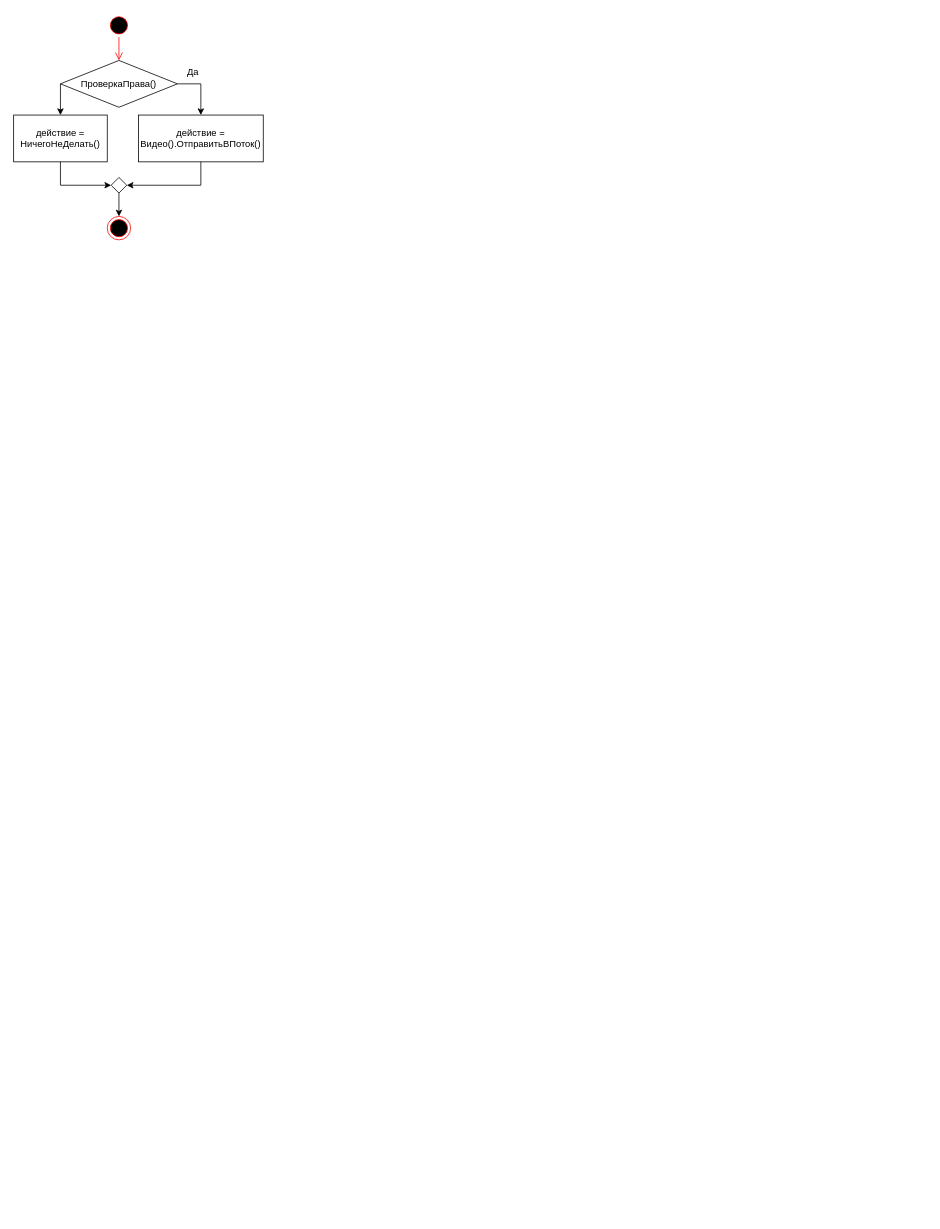
The draw.io diagram ТОАУ/ЛР2/7 4.drawio in eldarian-1/pstu, before the edit. Source tidied: cells renumbered, new cells numbered last; positions are measured from the earlier drawing's top-left corner, leaving out a move shared by most shapes. Both pictures are drawn from the tidied source at 78%, with x=0, y=0 at pixel (13, 13).
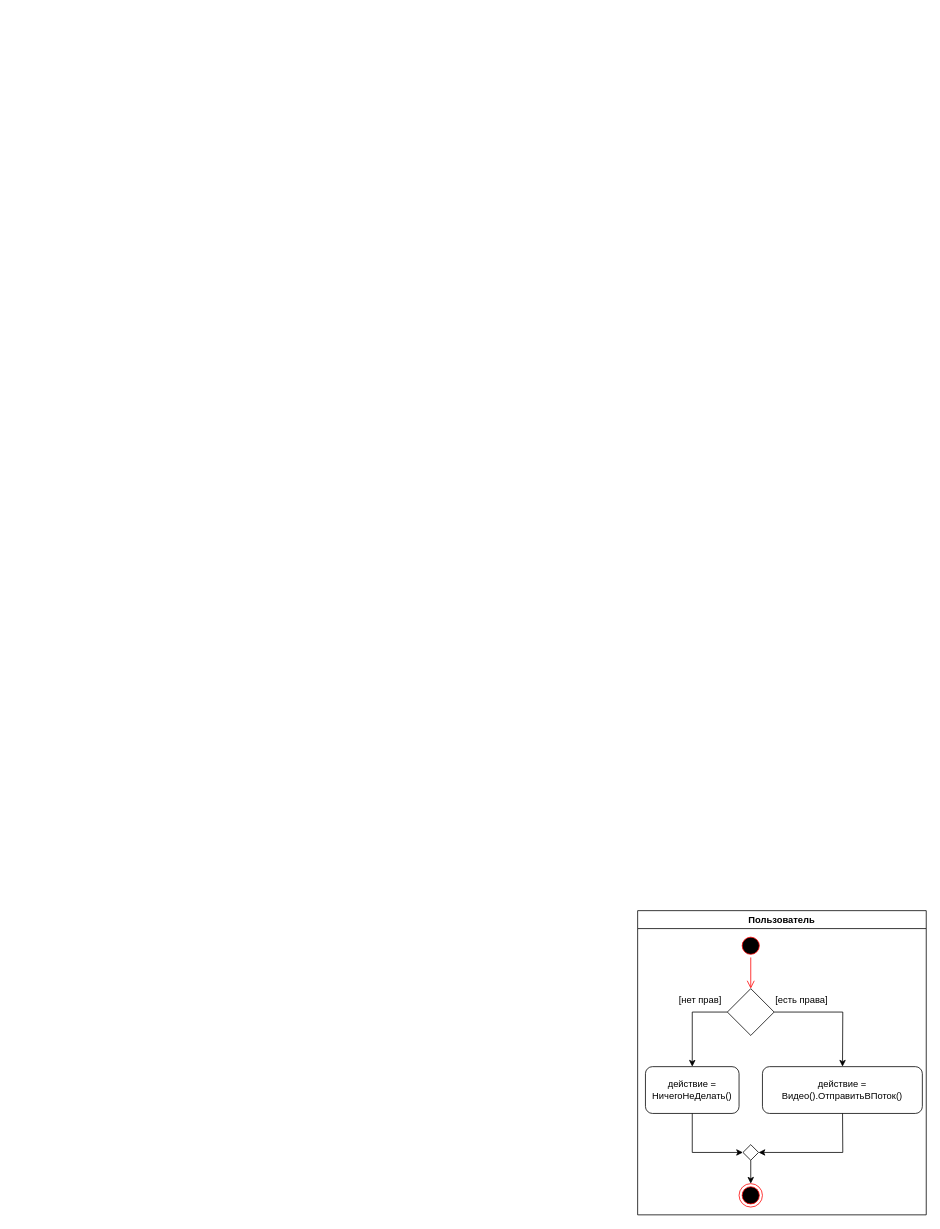
The same page after the edit.

What changed in the source:
```diff
@@
-    <mxCell id="2" style="ellipse;html=1;shape=startState;fillColor=#000000;strokeColor=#ff0000;" parent="1" vertex="1">
-      <mxGeometry x="120" width="30" height="30" as="geometry" />
-    </mxCell>
-    <mxCell id="3" style="edgeStyle=orthogonalEdgeStyle;html=1;verticalAlign=bottom;endArrow=open;endSize=8;strokeColor=#ff0000;rounded=0;" parent="1" edge="1" source="2" target="7">
-      <mxGeometry relative="1" as="geometry" />
-    </mxCell>
+    <mxCell id="15" value="Пользователь" style="swimlane;" parent="1" vertex="1">
+      <mxGeometry x="800" y="1150" width="370" height="390" as="geometry" />
+    </mxCell>
+    <mxCell id="16" style="ellipse;html=1;shape=startState;fillColor=#000000;strokeColor=#ff0000;" parent="15" vertex="1">
+      <mxGeometry x="130" y="30" width="30" height="30" as="geometry" />
+    </mxCell>
+    <mxCell id="17" style="edgeStyle=orthogonalEdgeStyle;html=1;verticalAlign=bottom;endArrow=open;endSize=8;strokeColor=#ff0000;rounded=0;" parent="15" edge="1" source="16" target="20">
+      <mxGeometry relative="1" as="geometry" />
+    </mxCell>
-    <mxCell id="4" value="действие = Видео().ОтправитьВПоток()" style="rounded=0;whiteSpace=wrap;html=1;" parent="1" vertex="1">
-      <mxGeometry x="160" y="130" width="160" height="60" as="geometry" />
+    <mxCell id="4" value="действие = Видео().ОтправитьВПоток()" style="rounded=1;whiteSpace=wrap;html=1;" parent="15" vertex="1">
+      <mxGeometry x="160" y="200" width="205" height="60" as="geometry" />
     </mxCell>
-    <mxCell id="5" style="ellipse;html=1;shape=endState;fillColor=#000000;strokeColor=#ff0000;" parent="1" vertex="1">
-      <mxGeometry x="120" y="260" width="30" height="30" as="geometry" />
-    </mxCell>
-    <mxCell id="6" style="endArrow=classic;html=1;rounded=0;entryX=1;entryY=0.5;entryDx=0;entryDy=0;" parent="1" edge="1" source="4" target="12">
-      <mxGeometry relative="1" as="geometry">
-        <Array as="points">
-          <mxPoint x="240" y="220" />
-        </Array>
-      </mxGeometry>
-    </mxCell>
-    <mxCell id="7" value="ПроверкаПрава()" style="rhombus;whiteSpace=wrap;html=1;" parent="1" vertex="1">
-      <mxGeometry x="60" y="60" width="150" height="60" as="geometry" />
-    </mxCell>
-    <mxCell id="8" style="endArrow=classic;html=1;rounded=0;exitX=1;exitY=0.5;exitDx=0;exitDy=0;" parent="1" edge="1" source="7" target="4">
-      <mxGeometry relative="1" as="geometry">
-        <Array as="points">
-          <mxPoint x="240" y="90" />
-        </Array>
-      </mxGeometry>
-    </mxCell>
+    <mxCell id="18" style="ellipse;html=1;shape=endState;fillColor=#000000;strokeColor=#ff0000;" parent="15" vertex="1">
+      <mxGeometry x="130" y="350" width="30" height="30" as="geometry" />
+    </mxCell>
+    <mxCell id="19" style="endArrow=classic;html=1;rounded=0;entryX=1;entryY=0.5;entryDx=0;entryDy=0;" parent="15" edge="1" source="4" target="23">
+      <mxGeometry relative="1" as="geometry">
+        <Array as="points">
+          <mxPoint x="263" y="310" />
+        </Array>
+      </mxGeometry>
+    </mxCell>
+    <mxCell id="20" style="rhombus;whiteSpace=wrap;html=1;" parent="15" vertex="1">
+      <mxGeometry x="115" y="100" width="60" height="60" as="geometry" />
+    </mxCell>
+    <mxCell id="21" style="endArrow=classic;html=1;rounded=0;exitX=1;exitY=0.5;exitDx=0;exitDy=0;" parent="15" edge="1" source="20" target="4">
+      <mxGeometry relative="1" as="geometry">
+        <Array as="points">
+          <mxPoint x="263" y="130" />
+        </Array>
+      </mxGeometry>
+    </mxCell>
-    <mxCell id="9" value="действие = НичегоНеДелать()" style="rounded=0;whiteSpace=wrap;html=1;" parent="1" vertex="1">
-      <mxGeometry y="130" width="120" height="60" as="geometry" />
+    <mxCell id="9" value="действие = НичегоНеДелать()" style="rounded=1;whiteSpace=wrap;html=1;" parent="15" vertex="1">
+      <mxGeometry x="10" y="200" width="120" height="60" as="geometry" />
     </mxCell>
-    <mxCell id="10" style="endArrow=classic;html=1;rounded=0;exitX=0;exitY=0.5;exitDx=0;exitDy=0;" parent="1" edge="1" source="7" target="9">
-      <mxGeometry relative="1" as="geometry" />
-    </mxCell>
-    <mxCell id="11" value="Да" style="text;html=1;strokeColor=none;fillColor=none;align=center;verticalAlign=middle;whiteSpace=wrap;rounded=0;" parent="1" vertex="1">
-      <mxGeometry x="200" y="60" width="60" height="30" as="geometry" />
-    </mxCell>
-    <mxCell id="12" style="rhombus;whiteSpace=wrap;html=1;" parent="1" vertex="1">
-      <mxGeometry x="125" y="210" width="20" height="20" as="geometry" />
-    </mxCell>
-    <mxCell id="13" style="endArrow=classic;html=1;rounded=0;entryX=0;entryY=0.5;entryDx=0;entryDy=0;" parent="1" edge="1" source="9" target="12">
-      <mxGeometry relative="1" as="geometry">
-        <Array as="points">
-          <mxPoint x="60" y="220" />
-        </Array>
-      </mxGeometry>
-    </mxCell>
-    <mxCell id="14" style="endArrow=classic;html=1;rounded=0;exitX=0.5;exitY=1;exitDx=0;exitDy=0;" parent="1" edge="1" source="12" target="5">
-      <mxGeometry relative="1" as="geometry" />
-    </mxCell>
+    <mxCell id="22" style="endArrow=classic;html=1;rounded=0;exitX=0;exitY=0.5;exitDx=0;exitDy=0;" parent="15" edge="1" source="20" target="9">
+      <mxGeometry relative="1" as="geometry">
+        <Array as="points">
+          <mxPoint x="70" y="130" />
+        </Array>
+      </mxGeometry>
+    </mxCell>
+    <mxCell id="23" style="rhombus;whiteSpace=wrap;html=1;" parent="15" vertex="1">
+      <mxGeometry x="135" y="300" width="20" height="20" as="geometry" />
+    </mxCell>
+    <mxCell id="24" style="endArrow=classic;html=1;rounded=0;entryX=0;entryY=0.5;entryDx=0;entryDy=0;" parent="15" edge="1" source="9" target="23">
+      <mxGeometry relative="1" as="geometry">
+        <Array as="points">
+          <mxPoint x="70" y="310" />
+        </Array>
+      </mxGeometry>
+    </mxCell>
+    <mxCell id="25" style="endArrow=classic;html=1;rounded=0;exitX=0.5;exitY=1;exitDx=0;exitDy=0;" parent="15" edge="1" source="23" target="18">
+      <mxGeometry relative="1" as="geometry" />
+    </mxCell>
+    <mxCell id="26" value="[нет прав]" style="text;html=1;align=center;verticalAlign=middle;strokeColor=none;fillColor=none;" parent="15" vertex="1">
+      <mxGeometry x="45" y="105" width="70" height="20" as="geometry" />
+    </mxCell>
+    <mxCell id="27" value="[есть права]" style="text;html=1;align=center;verticalAlign=middle;strokeColor=none;fillColor=none;" parent="15" vertex="1">
+      <mxGeometry x="170" y="105" width="80" height="20" as="geometry" />
+    </mxCell>
```
